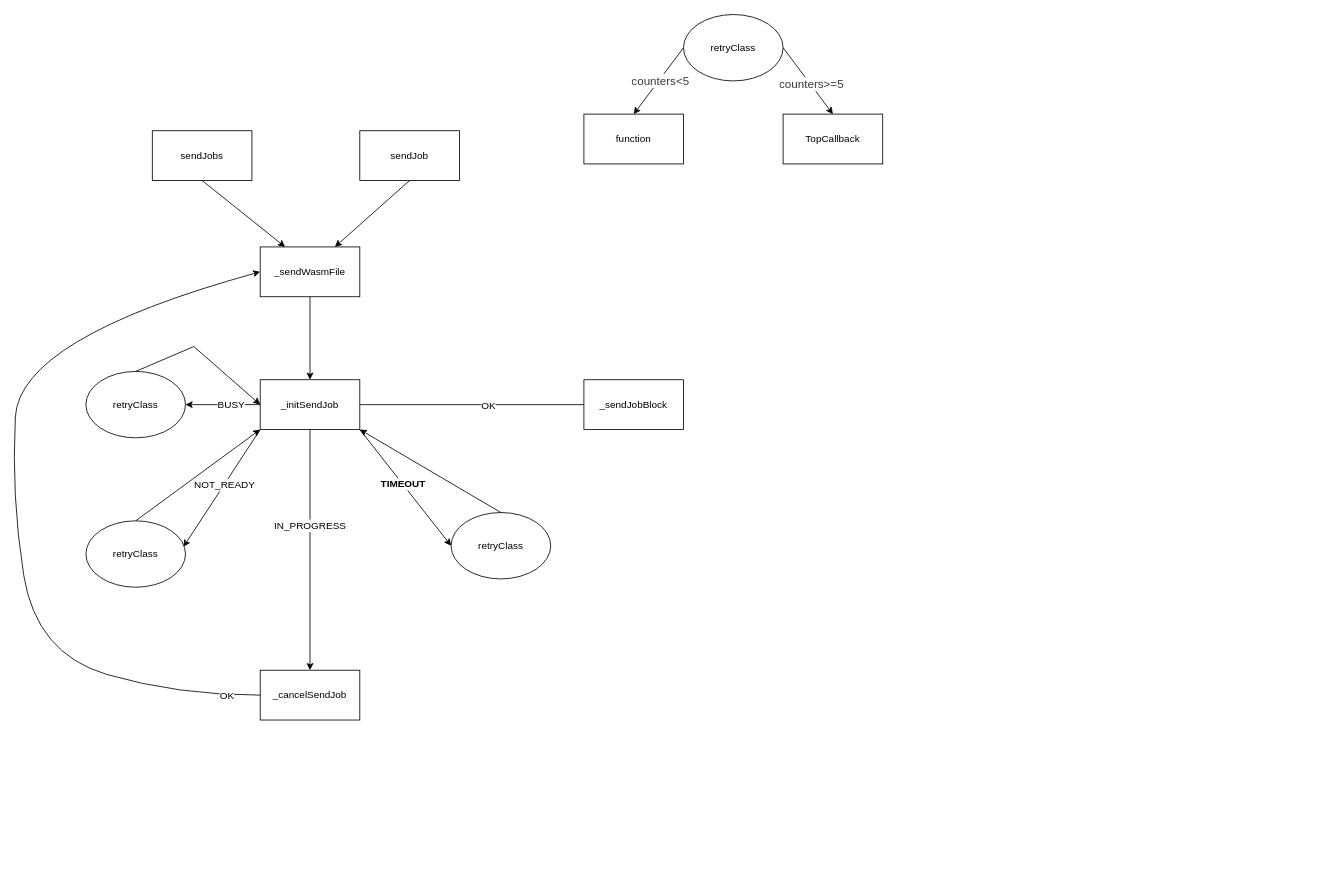
Before: Untitled Diagram.drawio in woruyu/test, a draw.io diagram. Source tidied: cells renumbered, new cells numbered last; positions are measured from the earlier drawing's top-left corner, leaving out a move shared by most shapes. Both pictures are drawn from the tidied source at 83%, with x=0, y=0 at pixel (11, 14).
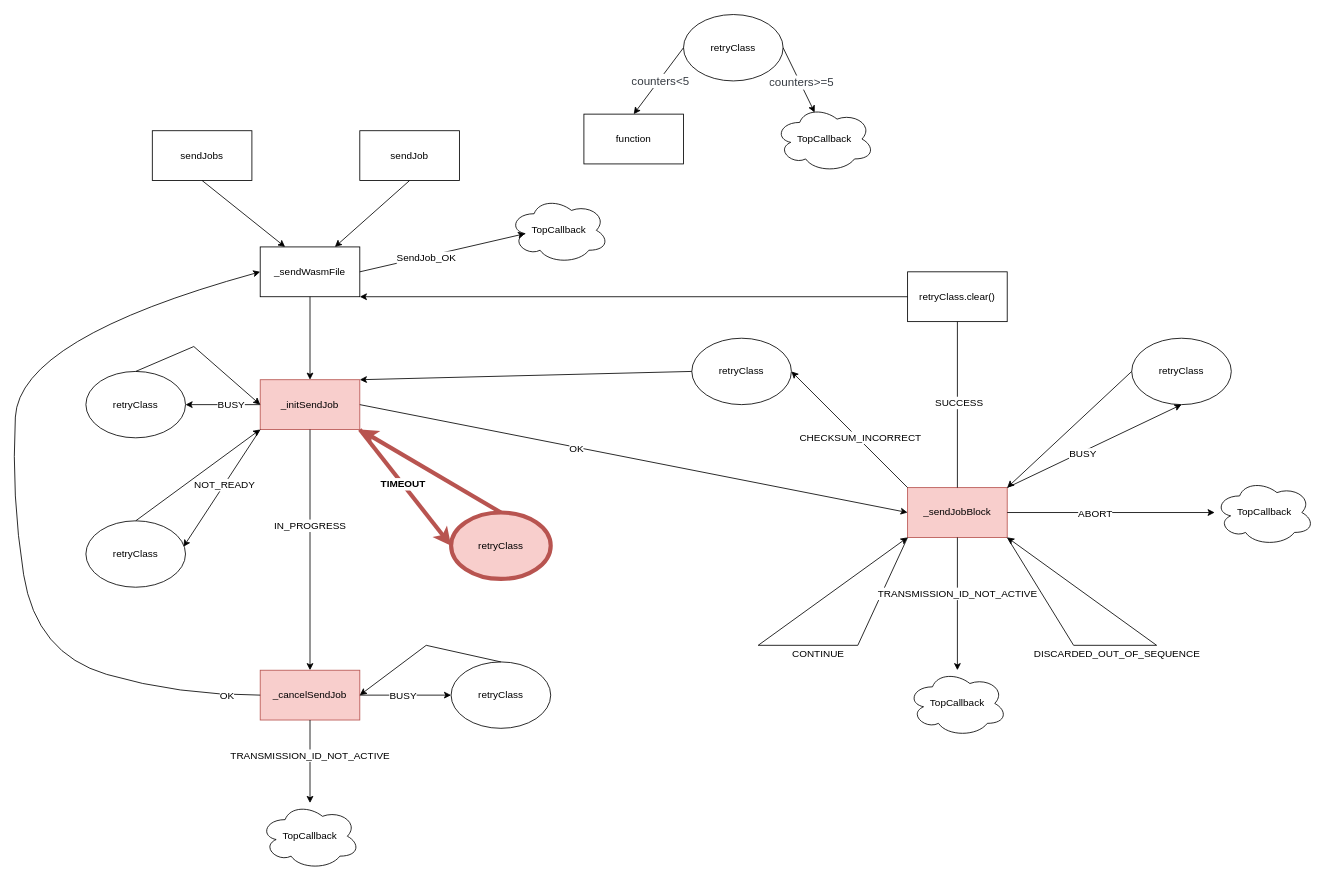
The same diagram, later.

Commit message:
CdcPlatform25IpFahren Interface finish

The change refers to these unchanged cells:
```xml
<mxCell id="2" value="_sendWasmFile" style="rounded=0;whiteSpace=wrap;html=1;" parent="1" vertex="1">
  <mxGeometry x="300" y="280" width="120" height="60" as="geometry" />
</mxCell>
<mxCell id="14" value="retryClass" style="ellipse;whiteSpace=wrap;html=1;rounded=0;strokeColor=default;align=center;verticalAlign=middle;fontFamily=Helvetica;fontSize=12;fontColor=default;fillColor=default;" parent="1" vertex="1">
  <mxGeometry x="810" width="120" height="80" as="geometry" />
</mxCell>
```

The edit, as a diff of the source:
```diff
@@
-    <mxCell id="8" value="_initSendJob" style="rounded=0;whiteSpace=wrap;html=1;strokeColor=default;align=center;verticalAlign=middle;fontFamily=Helvetica;fontSize=12;fontColor=default;fillColor=default;" parent="1" vertex="1">
+    <mxCell id="8" value="_initSendJob" style="rounded=0;whiteSpace=wrap;html=1;strokeColor=#b85450;align=center;verticalAlign=middle;fontFamily=Helvetica;fontSize=12;fillColor=#f8cecc;" parent="1" vertex="1">
       <mxGeometry x="300" y="440" width="120" height="60" as="geometry" />
     </mxCell>
-    <mxCell id="9" style="endArrow=classic;html=1;rounded=0;fontFamily=Helvetica;fontSize=12;fontColor=default;entryX=1;entryY=0.5;entryDx=0;entryDy=0;" parent="1" edge="1" target="13">
+    <mxCell id="9" style="endArrow=classic;html=1;rounded=0;fontFamily=Helvetica;fontSize=12;fontColor=default;entryX=0;entryY=0.5;entryDx=0;entryDy=0;" parent="1" edge="1" target="13">
       <mxGeometry relative="1" as="geometry">
         <mxPoint x="420" y="470" as="sourcePoint" />
       </mxGeometry>
     </mxCell>
@@
-    <mxCell id="13" value="_sendJobBlock" style="rounded=0;whiteSpace=wrap;html=1;strokeColor=default;align=center;verticalAlign=middle;fontFamily=Helvetica;fontSize=12;fontColor=default;fillColor=default;" parent="1" vertex="1">
-      <mxGeometry x="690" y="440" width="120" height="60" as="geometry" />
+    <mxCell id="13" value="_sendJobBlock" style="rounded=0;whiteSpace=wrap;html=1;strokeColor=#b85450;align=center;verticalAlign=middle;fontFamily=Helvetica;fontSize=12;fillColor=#f8cecc;" parent="1" vertex="1">
+      <mxGeometry x="1080" y="570" width="120" height="60" as="geometry" />
     </mxCell>
@@
-    <mxCell id="17" style="endArrow=classic;html=1;rounded=0;fontFamily=Helvetica;fontSize=12;fontColor=default;exitX=1;exitY=0.5;exitDx=0;exitDy=0;" parent="1" edge="1" source="14">
-      <mxGeometry relative="1" as="geometry">
-        <mxPoint x="990" y="120" as="targetPoint" />
-      </mxGeometry>
+    <mxCell id="17" style="endArrow=classic;html=1;rounded=0;fontFamily=Helvetica;fontSize=12;fontColor=default;exitX=1;exitY=0.5;exitDx=0;exitDy=0;entryX=0.4;entryY=0.1;entryDx=0;entryDy=0;entryPerimeter=0;" parent="1" edge="1" source="14" target="39">
+      <mxGeometry relative="1" as="geometry" />
     </mxCell>
@@
-    <mxCell id="20" value="TopCallback" style="rounded=0;whiteSpace=wrap;html=1;strokeColor=default;align=center;verticalAlign=middle;fontFamily=Helvetica;fontSize=12;fontColor=default;fillColor=default;" parent="1" vertex="1">
-      <mxGeometry x="930" y="120" width="120" height="60" as="geometry" />
-    </mxCell>
@@
-    <mxCell id="23" value="_cancelSendJob" style="rounded=0;whiteSpace=wrap;html=1;strokeColor=default;align=center;verticalAlign=middle;fontFamily=Helvetica;fontSize=12;fontColor=default;fillColor=default;" parent="1" vertex="1">
+    <mxCell id="23" value="_cancelSendJob" style="rounded=0;whiteSpace=wrap;html=1;strokeColor=#b85450;align=center;verticalAlign=middle;fontFamily=Helvetica;fontSize=12;fillColor=#f8cecc;" parent="1" vertex="1">
       <mxGeometry x="300" y="790" width="120" height="60" as="geometry" />
     </mxCell>
-    <mxCell id="24" style="endArrow=classic;html=1;rounded=0;fontFamily=Helvetica;fontSize=12;fontColor=default;exitX=1;exitY=1;exitDx=0;exitDy=0;entryX=0;entryY=0.5;entryDx=0;entryDy=0;" parent="1" edge="1" source="8" target="31">
+    <mxCell id="24" style="endArrow=classic;html=1;rounded=0;fontFamily=Helvetica;fontSize=12;fontColor=default;exitX=1;exitY=1;exitDx=0;exitDy=0;entryX=0;entryY=0.5;entryDx=0;entryDy=0;fillColor=#f8cecc;strokeColor=#b85450;strokeWidth=5;" parent="1" edge="1" source="8" target="31">
       <mxGeometry relative="1" as="geometry" />
     </mxCell>
@@
-    <mxCell id="31" value="retryClass" style="ellipse;whiteSpace=wrap;html=1;rounded=0;strokeColor=default;align=center;verticalAlign=middle;fontFamily=Helvetica;fontSize=12;fontColor=default;fillColor=default;" parent="1" vertex="1">
+    <mxCell id="31" value="retryClass" style="ellipse;whiteSpace=wrap;html=1;rounded=0;strokeColor=#b85450;align=center;verticalAlign=middle;fontFamily=Helvetica;fontSize=12;fillColor=#f8cecc;strokeWidth=5;" parent="1" vertex="1">
       <mxGeometry x="530" y="600" width="120" height="80" as="geometry" />
     </mxCell>
-    <mxCell id="32" style="endArrow=classic;html=1;rounded=0;fontFamily=Helvetica;fontSize=12;fontColor=default;exitX=0.5;exitY=0;exitDx=0;exitDy=0;entryX=1;entryY=1;entryDx=0;entryDy=0;" parent="1" edge="1" source="31" target="8">
+    <mxCell id="32" style="endArrow=classic;html=1;rounded=0;fontFamily=Helvetica;fontSize=12;fontColor=default;exitX=0.5;exitY=0;exitDx=0;exitDy=0;entryX=1;entryY=1;entryDx=0;entryDy=0;fillColor=#f8cecc;strokeColor=#b85450;strokeWidth=5;" parent="1" edge="1" source="31" target="8">
       <mxGeometry relative="1" as="geometry" />
     </mxCell>
@@
+    <mxCell id="36" value="TopCallback" style="ellipse;shape=cloud;whiteSpace=wrap;html=1;rounded=0;strokeColor=default;align=center;verticalAlign=middle;fontFamily=Helvetica;fontSize=12;fontColor=default;fillColor=default;" parent="1" vertex="1">
+      <mxGeometry x="300" y="950" width="120" height="80" as="geometry" />
+    </mxCell>
+    <mxCell id="37" style="endArrow=classic;html=1;rounded=0;fontFamily=Helvetica;fontSize=12;fontColor=default;exitX=0.5;exitY=1;exitDx=0;exitDy=0;" parent="1" edge="1" source="23" target="36">
+      <mxGeometry relative="1" as="geometry" />
+    </mxCell>
+    <mxCell id="38" value="TRANSMISSION_ID_NOT_ACTIVE" style="edgeLabel;html=1;align=center;verticalAlign=middle;rounded=0;strokeColor=default;fontFamily=Helvetica;fontSize=12;fontColor=default;fillColor=default;" parent="37" vertex="1">
+      <mxGeometry x="-0.16" y="-1" relative="1" as="geometry" />
+    </mxCell>
+    <mxCell id="39" value="TopCallback" style="ellipse;shape=cloud;whiteSpace=wrap;html=1;rounded=0;strokeColor=default;align=center;verticalAlign=middle;fontFamily=Helvetica;fontSize=12;fontColor=default;fillColor=default;" parent="1" vertex="1">
+      <mxGeometry x="920" y="110" width="120" height="80" as="geometry" />
+    </mxCell>
+    <mxCell id="40" style="endArrow=classic;html=1;rounded=0;fontFamily=Helvetica;fontSize=12;fontColor=default;exitX=1;exitY=1;exitDx=0;exitDy=0;entryX=0;entryY=0.5;entryDx=0;entryDy=0;" parent="1" edge="1" target="42">
+      <mxGeometry relative="1" as="geometry">
+        <mxPoint x="420" y="820" as="sourcePoint" />
+      </mxGeometry>
+    </mxCell>
+    <mxCell id="41" value="BUSY" style="edgeLabel;html=1;align=center;verticalAlign=middle;rounded=0;strokeColor=default;fontFamily=Helvetica;fontSize=12;fontColor=default;fillColor=default;" parent="40" vertex="1">
+      <mxGeometry x="-0.07" relative="1" as="geometry" />
+    </mxCell>
+    <mxCell id="42" value="retryClass" style="ellipse;whiteSpace=wrap;html=1;rounded=0;strokeColor=default;align=center;verticalAlign=middle;fontFamily=Helvetica;fontSize=12;fontColor=default;fillColor=default;" parent="1" vertex="1">
+      <mxGeometry x="530" y="780" width="120" height="80" as="geometry" />
+    </mxCell>
+    <mxCell id="43" style="endArrow=classic;html=1;rounded=0;fontFamily=Helvetica;fontSize=12;fontColor=default;exitX=0.5;exitY=0;exitDx=0;exitDy=0;entryX=1;entryY=1;entryDx=0;entryDy=0;" parent="1" edge="1" source="42">
+      <mxGeometry relative="1" as="geometry">
+        <mxPoint x="420" y="820" as="targetPoint" />
+        <Array as="points">
+          <mxPoint x="500" y="760" />
+        </Array>
+      </mxGeometry>
+    </mxCell>
+    <mxCell id="44" style="endArrow=classic;html=1;rounded=0;fontFamily=Helvetica;fontSize=12;fontColor=default;exitX=0;exitY=1;exitDx=0;exitDy=0;entryX=0;entryY=1;entryDx=0;entryDy=0;" parent="1" edge="1" source="13" target="13">
+      <mxGeometry relative="1" as="geometry">
+        <Array as="points">
+          <mxPoint x="1020" y="760" />
+          <mxPoint x="900" y="760" />
+        </Array>
+      </mxGeometry>
+    </mxCell>
+    <mxCell id="45" value="CONTINUE" style="edgeLabel;html=1;align=center;verticalAlign=middle;rounded=0;strokeColor=default;fontFamily=Helvetica;fontSize=12;fontColor=default;fillColor=default;" parent="44" vertex="1">
+      <mxGeometry x="-0.21" y="-1" relative="1" as="geometry">
+        <mxPoint y="11" as="offset" />
+      </mxGeometry>
+    </mxCell>
+    <mxCell id="46" style="endArrow=classic;html=1;rounded=0;fontFamily=Helvetica;fontSize=12;fontColor=default;exitX=0.5;exitY=0;exitDx=0;exitDy=0;entryX=0.5;entryY=0;entryDx=0;entryDy=0;" parent="1" edge="1" source="13" target="48">
+      <mxGeometry relative="1" as="geometry" />
+    </mxCell>
+    <mxCell id="47" value="SUCCESS" style="edgeLabel;html=1;align=center;verticalAlign=middle;rounded=0;strokeColor=default;fontFamily=Helvetica;fontSize=12;fontColor=default;fillColor=default;" parent="46" vertex="1">
+      <mxGeometry x="-0.21" y="-1" relative="1" as="geometry" />
+    </mxCell>
+    <mxCell id="48" value="retryClass.clear()" style="rounded=0;whiteSpace=wrap;html=1;strokeColor=default;align=center;verticalAlign=middle;fontFamily=Helvetica;fontSize=12;fontColor=default;fillColor=default;" parent="1" vertex="1">
+      <mxGeometry x="1080" y="310" width="120" height="60" as="geometry" />
+    </mxCell>
+    <mxCell id="49" style="endArrow=classic;html=1;rounded=0;fontFamily=Helvetica;fontSize=12;fontColor=default;exitX=0;exitY=0.5;exitDx=0;exitDy=0;entryX=1;entryY=1;entryDx=0;entryDy=0;" parent="1" edge="1" source="48" target="2">
+      <mxGeometry relative="1" as="geometry" />
+    </mxCell>
+    <mxCell id="50" value="TopCallback" style="ellipse;shape=cloud;whiteSpace=wrap;html=1;rounded=0;strokeColor=default;align=center;verticalAlign=middle;fontFamily=Helvetica;fontSize=12;fontColor=default;fillColor=default;" parent="1" vertex="1">
+      <mxGeometry x="600" y="220" width="120" height="80" as="geometry" />
+    </mxCell>
+    <mxCell id="51" style="endArrow=classic;html=1;rounded=0;fontFamily=Helvetica;fontSize=12;fontColor=default;entryX=0.16;entryY=0.55;entryDx=0;entryDy=0;exitX=1;exitY=0.5;exitDx=0;exitDy=0;entryPerimeter=0;" parent="1" edge="1" source="2" target="50">
+      <mxGeometry relative="1" as="geometry" />
+    </mxCell>
+    <mxCell id="52" value="SendJob_OK" style="edgeLabel;html=1;align=center;verticalAlign=middle;rounded=0;strokeColor=default;fontFamily=Helvetica;fontSize=12;fontColor=default;fillColor=default;" parent="51" vertex="1">
+      <mxGeometry x="-0.21" y="-1" relative="1" as="geometry" />
+    </mxCell>
+    <mxCell id="53" value="retryClass" style="ellipse;whiteSpace=wrap;html=1;rounded=0;strokeColor=default;align=center;verticalAlign=middle;fontFamily=Helvetica;fontSize=12;fontColor=default;fillColor=default;" parent="1" vertex="1">
+      <mxGeometry x="820" y="390" width="120" height="80" as="geometry" />
+    </mxCell>
+    <mxCell id="54" style="endArrow=classic;html=1;rounded=0;fontFamily=Helvetica;fontSize=12;fontColor=default;exitX=0;exitY=0;exitDx=0;exitDy=0;entryX=1;entryY=0.5;entryDx=0;entryDy=0;" parent="1" edge="1" source="13" target="53">
+      <mxGeometry relative="1" as="geometry" />
+    </mxCell>
+    <mxCell id="55" value="CHECKSUM_INCORRECT" style="edgeLabel;html=1;align=center;verticalAlign=middle;rounded=0;strokeColor=default;fontFamily=Helvetica;fontSize=12;fontColor=default;fillColor=default;" parent="54" vertex="1">
+      <mxGeometry x="-0.15" y="-2" relative="1" as="geometry" />
+    </mxCell>
+    <mxCell id="56" style="endArrow=classic;html=1;rounded=0;fontFamily=Helvetica;fontSize=12;fontColor=default;exitX=0;exitY=0.5;exitDx=0;exitDy=0;entryX=1;entryY=0;entryDx=0;entryDy=0;" parent="1" edge="1" source="53" target="8">
+      <mxGeometry relative="1" as="geometry" />
+    </mxCell>
+    <mxCell id="57" value="TopCallback" style="ellipse;shape=cloud;whiteSpace=wrap;html=1;rounded=0;strokeColor=default;align=center;verticalAlign=middle;fontFamily=Helvetica;fontSize=12;fontColor=default;fillColor=default;" parent="1" vertex="1">
+      <mxGeometry x="1080" y="790" width="120" height="80" as="geometry" />
+    </mxCell>
+    <mxCell id="58" style="endArrow=classic;html=1;rounded=0;fontFamily=Helvetica;fontSize=12;fontColor=default;exitX=0.5;exitY=1;exitDx=0;exitDy=0;" parent="1" edge="1" source="13" target="57">
+      <mxGeometry relative="1" as="geometry" />
+    </mxCell>
+    <mxCell id="59" value="TRANSMISSION_ID_NOT_ACTIVE" style="edgeLabel;html=1;align=center;verticalAlign=middle;rounded=0;strokeColor=default;fontFamily=Helvetica;fontSize=12;fontColor=default;fillColor=default;" parent="58" vertex="1">
+      <mxGeometry x="-0.16" y="-1" relative="1" as="geometry" />
+    </mxCell>
+    <mxCell id="60" style="endArrow=classic;html=1;rounded=0;fontFamily=Helvetica;fontSize=12;fontColor=default;exitX=1;exitY=1;exitDx=0;exitDy=0;" parent="1" edge="1" source="13">
+      <mxGeometry relative="1" as="geometry">
+        <mxPoint x="1200" y="630" as="targetPoint" />
+        <Array as="points">
+          <mxPoint x="1280" y="760" />
+          <mxPoint x="1380" y="760" />
+        </Array>
+      </mxGeometry>
+    </mxCell>
+    <mxCell id="61" value="DISCARDED_OUT_OF_SEQUENCE" style="edgeLabel;html=1;align=center;verticalAlign=middle;rounded=0;strokeColor=default;fontFamily=Helvetica;fontSize=12;fontColor=default;fillColor=default;" parent="60" vertex="1">
+      <mxGeometry x="-0.18" y="-1" relative="1" as="geometry">
+        <mxPoint x="9" y="9" as="offset" />
+      </mxGeometry>
+    </mxCell>
+    <mxCell id="62" value="TopCallback" style="ellipse;shape=cloud;whiteSpace=wrap;html=1;rounded=0;strokeColor=default;align=center;verticalAlign=middle;fontFamily=Helvetica;fontSize=12;fontColor=default;fillColor=default;" parent="1" vertex="1">
+      <mxGeometry x="1450" y="560" width="120" height="80" as="geometry" />
+    </mxCell>
+    <mxCell id="63" style="endArrow=classic;html=1;rounded=0;fontFamily=Helvetica;fontSize=12;fontColor=default;exitX=1;exitY=0.5;exitDx=0;exitDy=0;" parent="1" edge="1" source="13" target="62">
+      <mxGeometry relative="1" as="geometry" />
+    </mxCell>
+    <mxCell id="64" value="ABORT" style="edgeLabel;html=1;align=center;verticalAlign=middle;rounded=0;strokeColor=default;fontFamily=Helvetica;fontSize=12;fontColor=default;fillColor=default;" parent="63" vertex="1">
+      <mxGeometry x="-0.16" y="-1" relative="1" as="geometry" />
+    </mxCell>
+    <mxCell id="65" value="retryClass" style="ellipse;whiteSpace=wrap;html=1;rounded=0;strokeColor=default;align=center;verticalAlign=middle;fontFamily=Helvetica;fontSize=12;fontColor=default;fillColor=default;" parent="1" vertex="1">
+      <mxGeometry x="1350" y="390" width="120" height="80" as="geometry" />
+    </mxCell>
+    <mxCell id="66" style="endArrow=classic;html=1;rounded=0;fontFamily=Helvetica;fontSize=12;fontColor=default;exitX=1;exitY=0;exitDx=0;exitDy=0;entryX=0.5;entryY=1;entryDx=0;entryDy=0;" parent="1" edge="1" source="13" target="65">
+      <mxGeometry relative="1" as="geometry" />
+    </mxCell>
+    <mxCell id="67" value="BUSY" style="edgeLabel;html=1;align=center;verticalAlign=middle;rounded=0;strokeColor=default;fontFamily=Helvetica;fontSize=12;fontColor=default;fillColor=default;" parent="66" vertex="1">
+      <mxGeometry x="-0.15" y="-2" relative="1" as="geometry" />
+    </mxCell>
+    <mxCell id="68" style="endArrow=classic;html=1;rounded=0;fontFamily=Helvetica;fontSize=12;fontColor=default;exitX=0;exitY=0.5;exitDx=0;exitDy=0;entryX=1;entryY=0;entryDx=0;entryDy=0;" parent="1" edge="1" source="65" target="13">
+      <mxGeometry relative="1" as="geometry" />
+    </mxCell>
```
